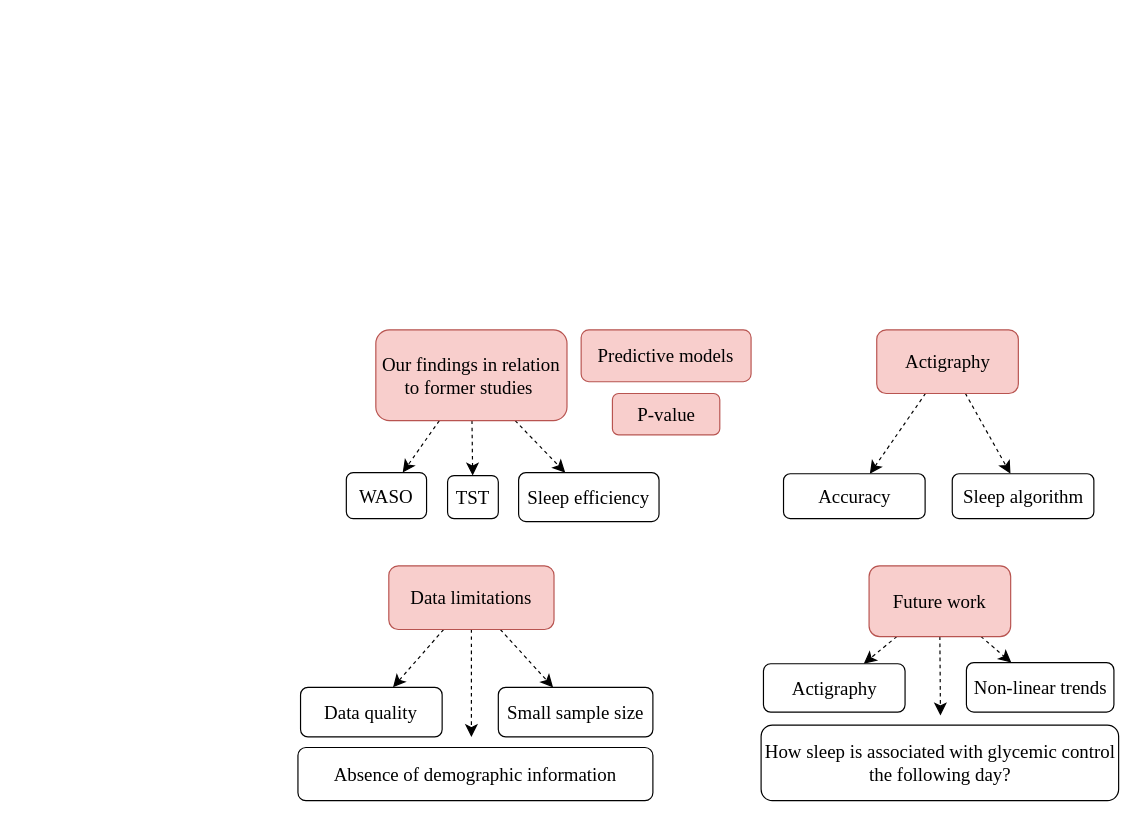
This is page "Side-1" (1 of 6) of Plots/Unavngivet diagram.drawio from laurateilmann/Bachelor, a draw.io file, before an edit. Source tidied: cells renumbered, new cells numbered last; positions are measured from the earlier drawing's top-left corner, leaving out a move shared by most shapes. Both pictures are drawn from the tidied source at 118%, with x=0, y=0 at pixel (297, 329).
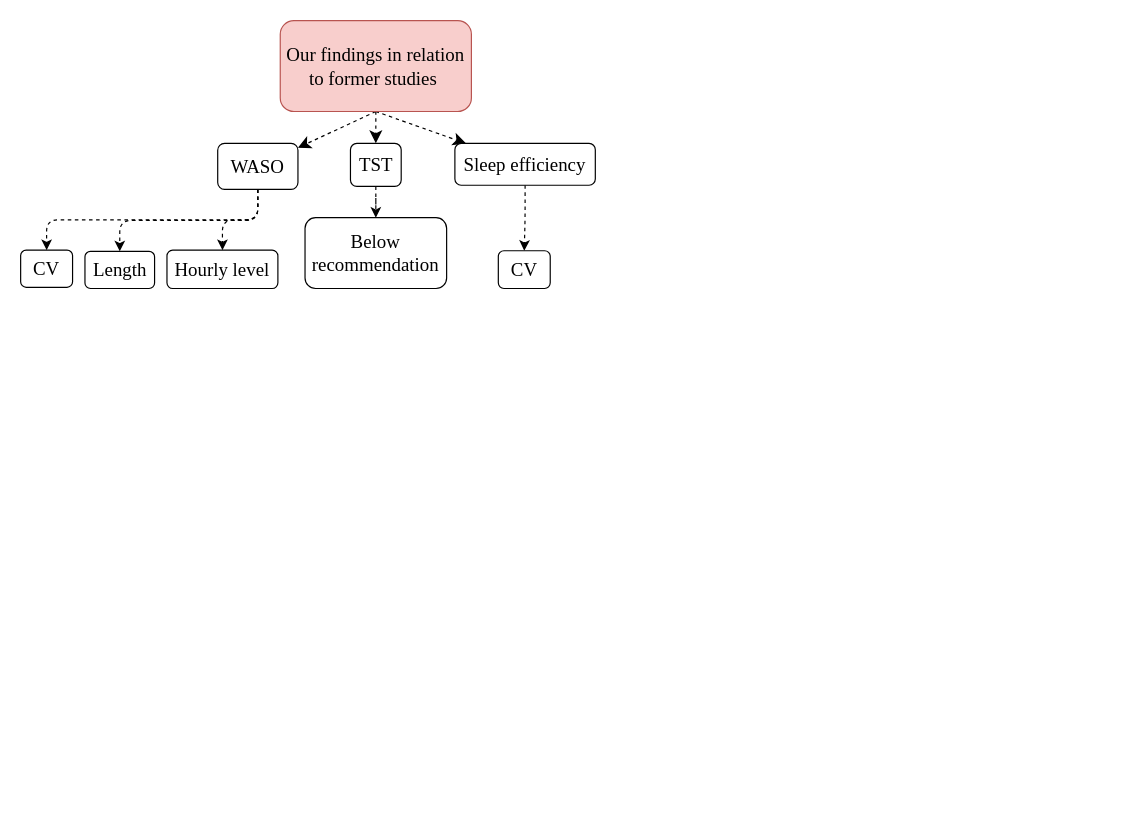
Above is the later version.

What changed in the source:
```diff
@@
-    <mxCell id="2" style="edgeStyle=none;curved=1;rounded=0;jettySize=auto;html=1;fontSize=12;startSize=8;endSize=8;dashed=1;fontFamily=Times New Roman;" parent="1" edge="1" source="5" target="12">
+    <mxCell id="2" style="edgeStyle=none;rounded=1;jettySize=auto;html=1;fontSize=12;startSize=8;endSize=8;dashed=1;fontFamily=Times New Roman;exitX=0.5;exitY=1;exitDx=0;exitDy=0;" parent="1" edge="1" source="5" target="12">
       <mxGeometry relative="1" as="geometry" />
     </mxCell>
-    <mxCell id="3" style="edgeStyle=none;curved=1;rounded=0;jettySize=auto;html=1;fontSize=12;startSize=8;endSize=8;dashed=1;fontFamily=Times New Roman;" parent="1" edge="1" source="5" target="13">
+    <mxCell id="3" style="edgeStyle=none;curved=1;rounded=0;jettySize=auto;html=1;fontSize=12;startSize=8;endSize=8;dashed=1;fontFamily=Times New Roman;exitX=0.5;exitY=1;exitDx=0;exitDy=0;" parent="1" edge="1" source="5" target="13">
       <mxGeometry relative="1" as="geometry" />
     </mxCell>
@@
     <mxCell id="5" value="Our findings in relation to former studies&amp;nbsp;" style="rounded=1;whiteSpace=wrap;html=1;fontSize=16;fontFamily=Times New Roman;fillColor=#f8cecc;strokeColor=#b85450;" parent="1" vertex="1">
-      <mxGeometry x="66" width="162" height="77" as="geometry" />
+      <mxGeometry x="-15" y="-262" width="162" height="77" as="geometry" />
     </mxCell>
-    <mxCell id="6" value="P-value" style="rounded=1;whiteSpace=wrap;html=1;fontSize=16;fontFamily=Times New Roman;fillColor=#f8cecc;strokeColor=#b85450;" parent="1" vertex="1">
-      <mxGeometry x="266.5" y="54" width="91" height="35" as="geometry" />
-    </mxCell>
-    <mxCell id="7" value="Predictive models" style="rounded=1;whiteSpace=wrap;html=1;fontSize=16;fontFamily=Times New Roman;fillColor=#f8cecc;strokeColor=#b85450;" parent="1" vertex="1">
-      <mxGeometry x="240" width="144" height="44" as="geometry" />
-    </mxCell>
-    <mxCell id="8" style="edgeStyle=none;curved=1;rounded=0;jettySize=auto;html=1;fontSize=12;startSize=8;endSize=8;dashed=1;fontFamily=Times New Roman;" parent="1" edge="1" source="11" target="16">
-      <mxGeometry relative="1" as="geometry" />
-    </mxCell>
-    <mxCell id="9" style="edgeStyle=none;curved=1;rounded=0;jettySize=auto;html=1;fontSize=12;startSize=8;endSize=8;dashed=1;fontFamily=Times New Roman;" parent="1" edge="1" source="11" target="17">
-      <mxGeometry relative="1" as="geometry" />
-    </mxCell>
-    <mxCell id="10" style="edgeStyle=none;curved=1;rounded=0;jettySize=auto;html=1;exitX=0.5;exitY=1;exitDx=0;exitDy=0;fontSize=12;startSize=8;endSize=8;dashed=1;" parent="1" edge="1" source="11">
-      <mxGeometry relative="1" as="geometry">
-        <mxPoint x="147" y="345.1" as="targetPoint" />
-      </mxGeometry>
-    </mxCell>
-    <mxCell id="11" value="Data limitations" style="rounded=1;whiteSpace=wrap;html=1;fontSize=16;fontFamily=Times New Roman;fillColor=#f8cecc;strokeColor=#b85450;" parent="1" vertex="1">
-      <mxGeometry x="77" y="200" width="140" height="54" as="geometry" />
-    </mxCell>
+    <mxCell id="30" style="edgeStyle=orthogonalEdgeStyle;jettySize=auto;html=1;rounded=1;dashed=1;exitX=0.5;exitY=1;exitDx=0;exitDy=0;" parent="1" edge="1" source="12" target="35">
+      <mxGeometry relative="1" as="geometry" />
+    </mxCell>
+    <mxCell id="31" style="edgeStyle=orthogonalEdgeStyle;rounded=1;jettySize=auto;html=1;dashed=1;exitX=0.5;exitY=1;exitDx=0;exitDy=0;" parent="1" edge="1" source="12" target="36">
+      <mxGeometry relative="1" as="geometry" />
+    </mxCell>
+    <mxCell id="32" style="edgeStyle=orthogonalEdgeStyle;rounded=1;jettySize=auto;html=1;dashed=1;exitX=0.5;exitY=1;exitDx=0;exitDy=0;" parent="1" edge="1" source="12" target="37">
+      <mxGeometry relative="1" as="geometry" />
+    </mxCell>
     <mxCell id="12" value="WASO" style="whiteSpace=wrap;html=1;fontSize=16;rounded=1;fontFamily=Times New Roman;" parent="1" vertex="1">
-      <mxGeometry x="41" y="121" width="68" height="39" as="geometry" />
+      <mxGeometry x="-68" y="-158" width="68" height="39" as="geometry" />
     </mxCell>
+    <mxCell id="33" style="edgeStyle=orthogonalEdgeStyle;rounded=1;jettySize=auto;html=1;dashed=1;" parent="1" edge="1" source="13" target="39">
+      <mxGeometry relative="1" as="geometry" />
+    </mxCell>
     <mxCell id="13" value="Sleep efficiency" style="whiteSpace=wrap;html=1;fontSize=16;rounded=1;fontFamily=Times New Roman;" parent="1" vertex="1">
-      <mxGeometry x="187" y="121" width="119" height="41.5" as="geometry" />
+      <mxGeometry x="133" y="-158" width="119" height="35.5" as="geometry" />
     </mxCell>
+    <mxCell id="34" style="edgeStyle=orthogonalEdgeStyle;rounded=1;jettySize=auto;html=1;dashed=1;" parent="1" edge="1" source="14" target="38">
+      <mxGeometry relative="1" as="geometry" />
+    </mxCell>
     <mxCell id="14" value="TST" style="whiteSpace=wrap;html=1;fontSize=16;rounded=1;fontFamily=Times New Roman;" parent="1" vertex="1">
-      <mxGeometry x="126.8" y="123.5" width="43" height="36.5" as="geometry" />
+      <mxGeometry x="44.5" y="-158" width="43" height="36.5" as="geometry" />
     </mxCell>
-    <mxCell id="15" value="Absence of demographic information" style="whiteSpace=wrap;html=1;fontSize=16;rounded=1;fontFamily=Times New Roman;" parent="1" vertex="1">
-      <mxGeometry y="354" width="300.8" height="45" as="geometry" />
-    </mxCell>
-    <mxCell id="16" value="Small sample size" style="whiteSpace=wrap;html=1;fontSize=16;rounded=1;fontFamily=Times New Roman;" parent="1" vertex="1">
-      <mxGeometry x="169.8" y="303" width="131" height="42" as="geometry" />
-    </mxCell>
-    <mxCell id="17" value="Data quality" style="whiteSpace=wrap;html=1;fontSize=16;rounded=1;fontFamily=Times New Roman;" parent="1" vertex="1">
-      <mxGeometry x="2.2" y="303" width="120" height="42" as="geometry" />
-    </mxCell>
-    <mxCell id="18" style="edgeStyle=none;curved=1;rounded=0;jettySize=auto;html=1;fontSize=12;startSize=8;endSize=8;dashed=1;fontFamily=Times New Roman;" parent="1" edge="1" source="20" target="21">
-      <mxGeometry relative="1" as="geometry" />
-    </mxCell>
-    <mxCell id="19" style="edgeStyle=none;curved=1;rounded=0;jettySize=auto;html=1;fontSize=12;startSize=8;endSize=8;dashed=1;fontFamily=Times New Roman;" parent="1" edge="1" source="20" target="22">
-      <mxGeometry relative="1" as="geometry" />
-    </mxCell>
-    <mxCell id="20" value="Actigraphy" style="rounded=1;whiteSpace=wrap;html=1;fontSize=16;fontFamily=Times New Roman;fillColor=#f8cecc;strokeColor=#b85450;" parent="1" vertex="1">
-      <mxGeometry x="490.5" width="120" height="54" as="geometry" />
-    </mxCell>
-    <mxCell id="21" value="Sleep algorithm" style="whiteSpace=wrap;html=1;fontSize=16;rounded=1;fontFamily=Times New Roman;" parent="1" vertex="1">
-      <mxGeometry x="554.5" y="122" width="120" height="38" as="geometry" />
-    </mxCell>
-    <mxCell id="22" value="Accuracy" style="whiteSpace=wrap;html=1;fontSize=16;rounded=1;fontFamily=Times New Roman;" parent="1" vertex="1">
-      <mxGeometry x="411.5" y="122" width="120" height="38" as="geometry" />
-    </mxCell>
-    <mxCell id="23" style="edgeStyle=none;curved=1;rounded=0;jettySize=auto;html=1;fontSize=12;startSize=8;endSize=8;dashed=1;fontFamily=Times New Roman;" parent="1" edge="1" source="26" target="27">
-      <mxGeometry relative="1" as="geometry" />
-    </mxCell>
-    <mxCell id="24" style="edgeStyle=none;curved=1;rounded=0;jettySize=auto;html=1;fontSize=12;startSize=8;endSize=8;dashed=1;fontFamily=Times New Roman;" parent="1" edge="1" source="26" target="28">
-      <mxGeometry relative="1" as="geometry" />
-    </mxCell>
-    <mxCell id="25" style="edgeStyle=none;curved=1;rounded=0;jettySize=auto;html=1;exitX=0.5;exitY=1;exitDx=0;exitDy=0;fontSize=12;startSize=8;endSize=8;dashed=1;" parent="1" edge="1" source="26">
-      <mxGeometry relative="1" as="geometry">
-        <mxPoint x="544.5" y="326.8" as="targetPoint" />
-      </mxGeometry>
-    </mxCell>
-    <mxCell id="26" value="Future work" style="rounded=1;whiteSpace=wrap;html=1;fontSize=16;fontFamily=Times New Roman;fillColor=#f8cecc;strokeColor=#b85450;" parent="1" vertex="1">
-      <mxGeometry x="484" y="200" width="120" height="60" as="geometry" />
-    </mxCell>
-    <mxCell id="27" value="Actigraphy" style="whiteSpace=wrap;html=1;fontSize=16;rounded=1;fontFamily=Times New Roman;" parent="1" vertex="1">
-      <mxGeometry x="394.5" y="283" width="120" height="41" as="geometry" />
-    </mxCell>
-    <mxCell id="28" value="Non-linear trends" style="whiteSpace=wrap;html=1;fontSize=16;rounded=1;fontFamily=Times New Roman;" parent="1" vertex="1">
-      <mxGeometry x="566.5" y="282" width="125" height="42" as="geometry" />
-    </mxCell>
-    <mxCell id="29" value="How sleep is associated with glycemic control the following day?" style="whiteSpace=wrap;html=1;fontSize=16;rounded=1;fontFamily=Times New Roman;" parent="1" vertex="1">
-      <mxGeometry x="392.5" y="335" width="303" height="64" as="geometry" />
-    </mxCell>
+    <mxCell id="35" value="CV" style="whiteSpace=wrap;html=1;fontSize=16;fontFamily=Times New Roman;rounded=1;" parent="1" vertex="1">
+      <mxGeometry x="-235" y="-67.5" width="44" height="31.5" as="geometry" />
+    </mxCell>
+    <mxCell id="36" value="Length" style="whiteSpace=wrap;html=1;fontSize=16;fontFamily=Times New Roman;rounded=1;" parent="1" vertex="1">
+      <mxGeometry x="-180.5" y="-66.5" width="59" height="31.5" as="geometry" />
+    </mxCell>
+    <mxCell id="37" value="Hourly level" style="whiteSpace=wrap;html=1;fontSize=16;fontFamily=Times New Roman;rounded=1;" parent="1" vertex="1">
+      <mxGeometry x="-111" y="-67.5" width="94" height="32.5" as="geometry" />
+    </mxCell>
+    <mxCell id="38" value="Below recommendation" style="whiteSpace=wrap;html=1;fontSize=16;fontFamily=Times New Roman;rounded=1;" parent="1" vertex="1">
+      <mxGeometry x="6" y="-95" width="120" height="60" as="geometry" />
+    </mxCell>
+    <mxCell id="39" value="CV" style="whiteSpace=wrap;html=1;fontSize=16;fontFamily=Times New Roman;rounded=1;" parent="1" vertex="1">
+      <mxGeometry x="169.8" y="-67" width="44" height="32" as="geometry" />
+    </mxCell>
```
